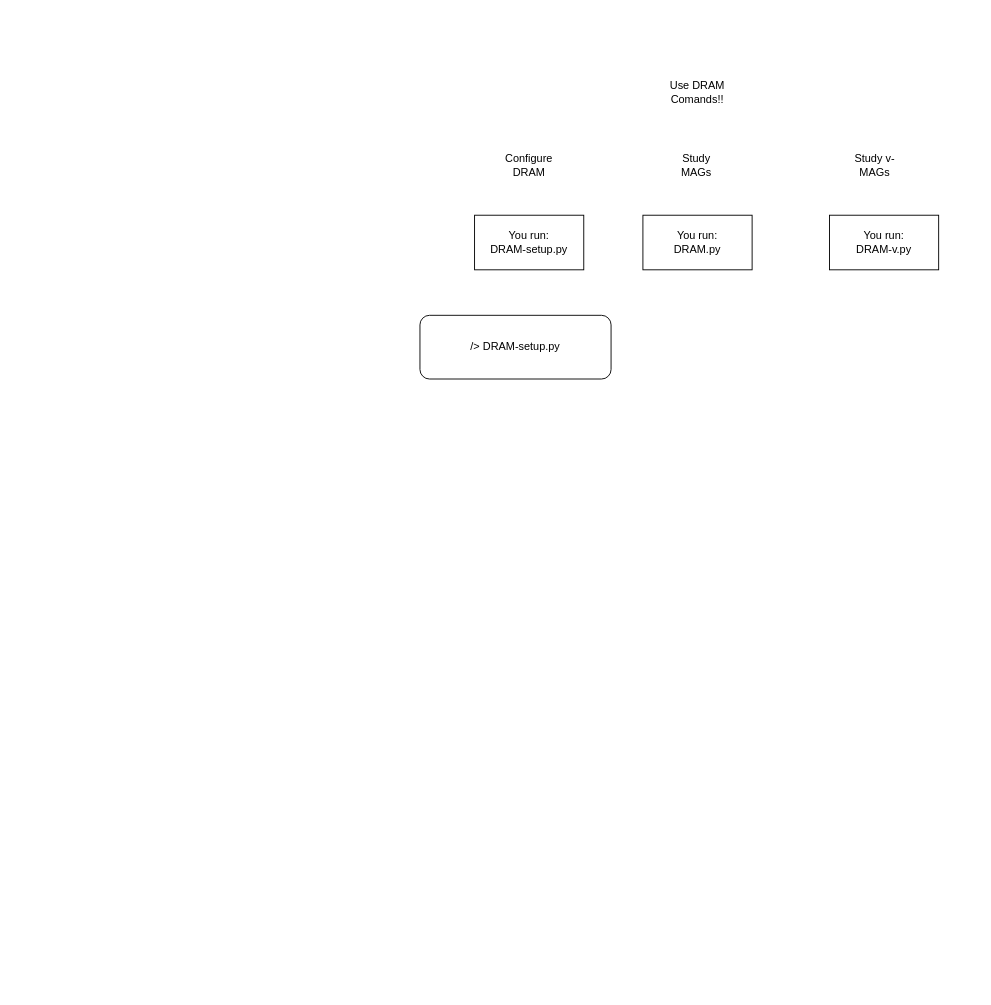
Before: images/Untitled Diagram.drawio in WrightonLabCSU/DRAM, a draw.io diagram. Source tidied: cells renumbered, new cells numbered last; positions are measured from the earlier drawing's top-left corner, leaving out a move shared by most shapes. Both pictures are drawn from the tidied source at 91%, with x=0, y=0 at pixel (420, 69).
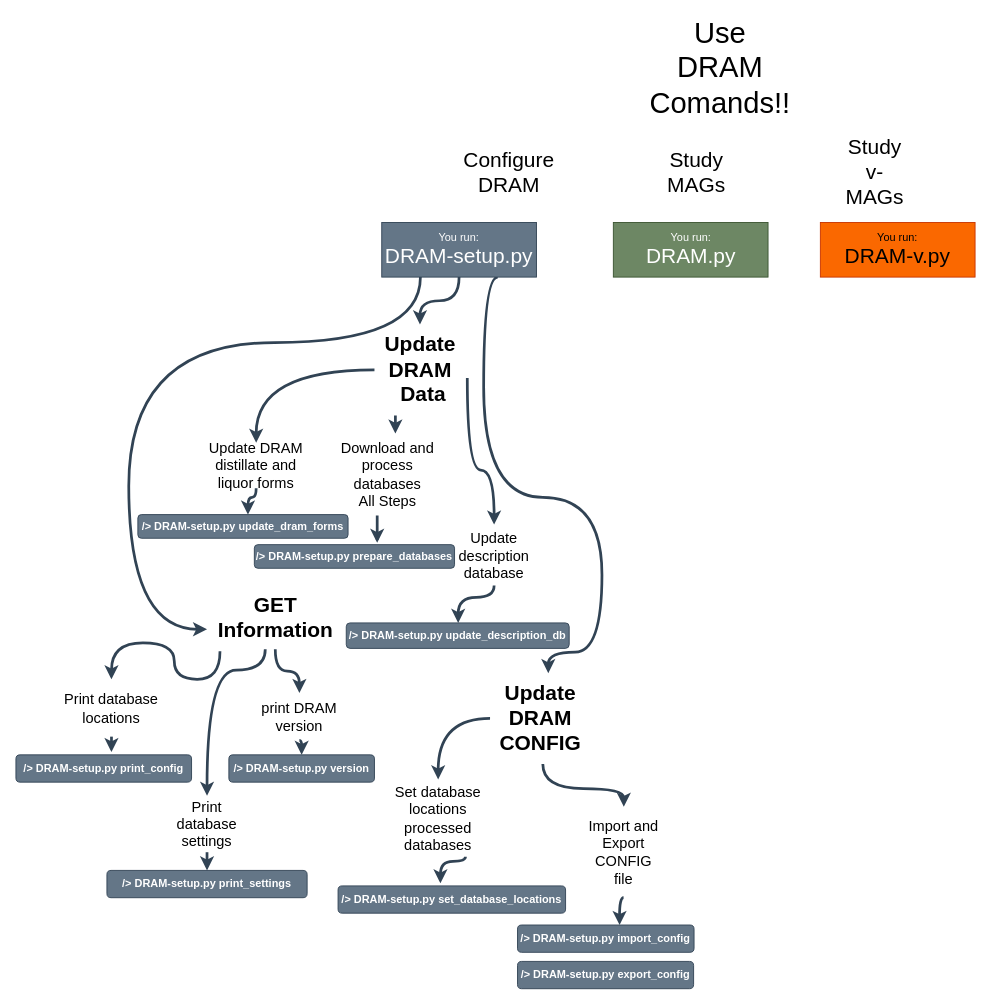
The same page after the edit.

The edit, as a diff of the source:
```diff
@@
     <mxCell id="2" value="&lt;div&gt;&lt;br&gt;&lt;/div&gt;" style="text;html=1;align=center;verticalAlign=middle;strokeColor=none;fillColor=none;" parent="1" vertex="1">
-      <mxGeometry x="250" y="115" width="20" height="30" as="geometry" />
+      <mxGeometry x="250" y="123" width="20" height="30" as="geometry" />
     </mxCell>
-    <mxCell id="3" value="&lt;div&gt;Use DRAM Comands!!&lt;/div&gt;" style="text;html=1;strokeColor=none;fillColor=none;align=center;verticalAlign=middle;whiteSpace=wrap;rounded=0;" parent="1" vertex="1">
-      <mxGeometry x="270" width="70" height="50" as="geometry" />
+    <mxCell id="3" value="&lt;div style=&quot;font-size: 32px;&quot;&gt;Use DRAM Comands!!&lt;/div&gt;" style="text;html=1;strokeColor=none;fillColor=none;align=center;verticalAlign=middle;whiteSpace=wrap;rounded=0;" parent="1" vertex="1">
+      <mxGeometry x="250" y="-52" width="160" height="100" as="geometry" />
     </mxCell>
-    <mxCell id="4" value="Configure DRAM" style="text;html=1;strokeColor=none;fillColor=none;align=center;verticalAlign=middle;whiteSpace=wrap;rounded=0;" parent="1" vertex="1">
-      <mxGeometry x="90" y="90" width="60" height="30" as="geometry" />
+    <mxCell id="4" value="&lt;font style=&quot;font-size: 23px;&quot;&gt;Configure DRAM&lt;/font&gt;" style="text;html=1;strokeColor=none;fillColor=none;align=center;verticalAlign=middle;whiteSpace=wrap;rounded=0;" parent="1" vertex="1">
+      <mxGeometry x="68" y="98" width="60" height="30" as="geometry" />
     </mxCell>
-    <mxCell id="5" value="Study MAGs" style="text;html=1;strokeColor=none;fillColor=none;align=center;verticalAlign=middle;whiteSpace=wrap;rounded=0;" parent="1" vertex="1">
-      <mxGeometry x="274" y="90" width="60" height="30" as="geometry" />
+    <mxCell id="5" value="&lt;font style=&quot;font-size: 23px;&quot;&gt;Study MAGs&lt;/font&gt;" style="text;html=1;strokeColor=none;fillColor=none;align=center;verticalAlign=middle;whiteSpace=wrap;rounded=0;" parent="1" vertex="1">
+      <mxGeometry x="274" y="98" width="60" height="30" as="geometry" />
     </mxCell>
-    <mxCell id="6" value="&lt;div&gt;Study v-MAGs&lt;/div&gt;" style="text;html=1;strokeColor=none;fillColor=none;align=center;verticalAlign=middle;whiteSpace=wrap;rounded=0;" parent="1" vertex="1">
-      <mxGeometry x="470" y="90" width="60" height="30" as="geometry" />
+    <mxCell id="6" value="&lt;div style=&quot;font-size: 23px;&quot;&gt;&lt;font style=&quot;font-size: 23px;&quot;&gt;Study v-MAGs&lt;/font&gt;&lt;/div&gt;" style="text;html=1;strokeColor=none;fillColor=none;align=center;verticalAlign=middle;whiteSpace=wrap;rounded=0;" parent="1" vertex="1">
+      <mxGeometry x="470" y="98" width="60" height="30" as="geometry" />
     </mxCell>
+    <mxCell id="11" style="edgeStyle=orthogonalEdgeStyle;curved=1;rounded=0;jettySize=auto;html=1;strokeWidth=3;fontSize=16;fillColor=#647687;strokeColor=#314354;" parent="1" edge="1" source="7" target="41">
+      <mxGeometry relative="1" as="geometry" />
+    </mxCell>
+    <mxCell id="12" style="edgeStyle=orthogonalEdgeStyle;curved=1;rounded=0;jettySize=auto;html=1;exitX=0.25;exitY=1;exitDx=0;exitDy=0;strokeWidth=3;fontSize=16;fillColor=#647687;strokeColor=#314354;" parent="1" edge="1" source="7" target="48">
+      <mxGeometry relative="1" as="geometry">
+        <Array as="points">
+          <mxPoint x="1" y="300" />
+          <mxPoint x="-320" y="300" />
+          <mxPoint x="-320" y="615" />
+        </Array>
+      </mxGeometry>
+    </mxCell>
+    <mxCell id="13" style="edgeStyle=orthogonalEdgeStyle;curved=1;rounded=0;jettySize=auto;html=1;exitX=0.75;exitY=1;exitDx=0;exitDy=0;strokeWidth=3;fontSize=16;entryX=0.582;entryY=0.002;entryDx=0;entryDy=0;entryPerimeter=0;fillColor=#647687;strokeColor=#314354;" parent="1" edge="1" source="7" target="44">
+      <mxGeometry relative="1" as="geometry">
+        <Array as="points">
+          <mxPoint x="70" y="228" />
+          <mxPoint x="70" y="470" />
+          <mxPoint x="200" y="470" />
+          <mxPoint x="200" y="640" />
+          <mxPoint x="141" y="640" />
+        </Array>
+      </mxGeometry>
+    </mxCell>
-    <mxCell id="7" value="&lt;div&gt;You run:&lt;/div&gt;&lt;div&gt;DRAM-setup.py&lt;br&gt;&lt;/div&gt;" style="rounded=0;whiteSpace=wrap;html=1;" parent="1" vertex="1">
-      <mxGeometry x="60" y="160" width="120" height="60" as="geometry" />
+    <mxCell id="7" value="&lt;div&gt;You run:&lt;/div&gt;&lt;div style=&quot;font-size: 23px;&quot;&gt;DRAM-setup.py&lt;br&gt;&lt;/div&gt;" style="rounded=0;whiteSpace=wrap;html=1;fillColor=#647687;fontColor=#ffffff;strokeColor=#314354;" parent="1" vertex="1">
+      <mxGeometry x="-42" y="168" width="170" height="60" as="geometry" />
     </mxCell>
-    <mxCell id="8" value="&lt;div&gt;You run:&lt;/div&gt;&lt;div&gt;DRAM.py&lt;br&gt;&lt;/div&gt;" style="rounded=0;whiteSpace=wrap;html=1;" parent="1" vertex="1">
-      <mxGeometry x="245" y="160" width="120" height="60" as="geometry" />
+    <mxCell id="8" value="&lt;div&gt;You run:&lt;/div&gt;&lt;div style=&quot;font-size: 23px;&quot;&gt;DRAM.py&lt;br&gt;&lt;/div&gt;" style="rounded=0;whiteSpace=wrap;html=1;fillColor=#6d8764;fontColor=#ffffff;strokeColor=#3A5431;" parent="1" vertex="1">
+      <mxGeometry x="212.5" y="168" width="170" height="60" as="geometry" />
     </mxCell>
-    <mxCell id="9" value="&lt;div&gt;You run:&lt;/div&gt;&lt;div&gt;DRAM-v.py&lt;br&gt;&lt;/div&gt;" style="rounded=0;whiteSpace=wrap;html=1;" parent="1" vertex="1">
-      <mxGeometry x="450" y="160" width="120" height="60" as="geometry" />
+    <mxCell id="9" value="&lt;div&gt;You run:&lt;/div&gt;&lt;div style=&quot;font-size: 23px;&quot;&gt;DRAM-v.py&lt;br&gt;&lt;/div&gt;" style="rounded=0;whiteSpace=wrap;html=1;fillColor=#fa6800;fontColor=#000000;strokeColor=#C73500;" parent="1" vertex="1">
+      <mxGeometry x="440" y="168" width="170" height="60" as="geometry" />
     </mxCell>
-    <mxCell id="10" value="/&amp;gt; DRAM-setup.py" style="rounded=1;whiteSpace=wrap;html=1;" parent="1" vertex="1">
-      <mxGeometry y="270" width="210" height="70" as="geometry" />
-    </mxCell>
+    <mxCell id="14" value="&lt;div&gt;&lt;b&gt;/&amp;gt; DRAM-setup.py version&lt;/b&gt;&lt;/div&gt;" style="rounded=1;whiteSpace=wrap;html=1;fillColor=#647687;fontColor=#ffffff;strokeColor=#314354;" parent="1" vertex="1">
+      <mxGeometry x="-210" y="753" width="160" height="30" as="geometry" />
+    </mxCell>
+    <mxCell id="15" value="&lt;b&gt;/&amp;gt; DRAM-setup.py prepare_databases&lt;/b&gt;" style="rounded=1;whiteSpace=wrap;html=1;fillColor=#647687;fontColor=#ffffff;strokeColor=#314354;" parent="1" vertex="1">
+      <mxGeometry x="-182" y="522" width="220" height="26" as="geometry" />
+    </mxCell>
+    <mxCell id="16" value="&lt;b&gt;/&amp;gt; DRAM-setup.py print_settings&lt;/b&gt;" style="rounded=1;whiteSpace=wrap;html=1;fillColor=#647687;fontColor=#ffffff;strokeColor=#314354;" parent="1" vertex="1">
+      <mxGeometry x="-344" y="880" width="220" height="30" as="geometry" />
+    </mxCell>
+    <mxCell id="17" value="&lt;b&gt;/&amp;gt; DRAM-setup.py print_config&lt;/b&gt;" style="rounded=1;whiteSpace=wrap;html=1;fillColor=#647687;fontColor=#ffffff;strokeColor=#314354;" parent="1" vertex="1">
+      <mxGeometry x="-444" y="753" width="193" height="30" as="geometry" />
+    </mxCell>
+    <mxCell id="18" value="&lt;b&gt;/&amp;gt; DRAM-setup.py update_dram_forms&lt;/b&gt;" style="rounded=1;whiteSpace=wrap;html=1;fillColor=#647687;fontColor=#ffffff;strokeColor=#314354;" parent="1" vertex="1">
+      <mxGeometry x="-310" y="489" width="231" height="26" as="geometry" />
+    </mxCell>
+    <mxCell id="19" value="&lt;b&gt;/&amp;gt; DRAM-setup.py set_database_locations&lt;/b&gt;" style="rounded=1;whiteSpace=wrap;html=1;fillColor=#647687;fontColor=#ffffff;strokeColor=#314354;" parent="1" vertex="1">
+      <mxGeometry x="-90" y="897" width="250" height="30" as="geometry" />
+    </mxCell>
+    <mxCell id="20" value="&lt;b&gt;/&amp;gt; DRAM-setup.py export_config&lt;/b&gt;" style="rounded=1;whiteSpace=wrap;html=1;fillColor=#647687;fontColor=#ffffff;strokeColor=#314354;" parent="1" vertex="1">
+      <mxGeometry x="107.2" y="980" width="193.5" height="30" as="geometry" />
+    </mxCell>
+    <mxCell id="21" value="&lt;b&gt;/&amp;gt; DRAM-setup.py import_config&lt;/b&gt;" style="rounded=1;whiteSpace=wrap;html=1;fillColor=#647687;fontColor=#ffffff;strokeColor=#314354;" parent="1" vertex="1">
+      <mxGeometry x="107.2" y="940" width="194" height="30" as="geometry" />
+    </mxCell>
+    <mxCell id="22" style="edgeStyle=orthogonalEdgeStyle;curved=1;rounded=0;jettySize=auto;html=1;entryX=0.45;entryY=-0.093;entryDx=0;entryDy=0;entryPerimeter=0;strokeWidth=3;fontSize=16;fillColor=#647687;strokeColor=#314354;" parent="1" edge="1" source="23" target="19">
+      <mxGeometry relative="1" as="geometry">
+        <Array as="points">
+          <mxPoint x="50" y="870" />
+          <mxPoint x="23" y="870" />
+        </Array>
+      </mxGeometry>
+    </mxCell>
+    <mxCell id="23" value="&lt;div style=&quot;font-size: 16px;&quot;&gt;Set database locations processed databases&lt;/div&gt;" style="text;html=1;strokeColor=none;fillColor=none;align=center;verticalAlign=middle;whiteSpace=wrap;rounded=0;" parent="1" vertex="1">
+      <mxGeometry x="-40" y="780" width="120" height="85" as="geometry" />
+    </mxCell>
+    <mxCell id="24" style="edgeStyle=orthogonalEdgeStyle;rounded=0;jettySize=auto;html=1;strokeWidth=3;fontSize=16;fillColor=#647687;strokeColor=#314354;" parent="1" edge="1" source="25">
+      <mxGeometry relative="1" as="geometry">
+        <mxPoint x="-47" y="520" as="targetPoint" />
+        <Array as="points">
+          <mxPoint x="-47" y="517" />
+        </Array>
+      </mxGeometry>
+    </mxCell>
+    <mxCell id="25" value="&lt;div style=&quot;font-size: 16px;&quot;&gt;&lt;font style=&quot;font-size: 16px;&quot;&gt;Download and process databases&lt;/font&gt;&lt;/div&gt;&lt;div style=&quot;font-size: 16px;&quot;&gt;&lt;font style=&quot;font-size: 16px;&quot;&gt;All Steps&lt;br&gt;&lt;/font&gt;&lt;/div&gt;" style="text;html=1;strokeColor=none;fillColor=none;align=center;verticalAlign=middle;whiteSpace=wrap;rounded=0;" parent="1" vertex="1">
+      <mxGeometry x="-90" y="400" width="109" height="90" as="geometry" />
+    </mxCell>
+    <mxCell id="26" style="edgeStyle=orthogonalEdgeStyle;curved=1;rounded=0;jettySize=auto;html=1;exitX=0.5;exitY=1;exitDx=0;exitDy=0;entryX=0.5;entryY=0;entryDx=0;entryDy=0;strokeWidth=3;fontSize=16;fillColor=#647687;strokeColor=#314354;" parent="1" edge="1" source="27" target="14">
+      <mxGeometry relative="1" as="geometry" />
+    </mxCell>
+    <mxCell id="27" value="&lt;font style=&quot;font-size: 16px;&quot;&gt;print DRAM version&lt;/font&gt;" style="text;html=1;strokeColor=none;fillColor=none;align=center;verticalAlign=middle;whiteSpace=wrap;rounded=0;" parent="1" vertex="1">
+      <mxGeometry x="-181" y="685" width="97" height="52" as="geometry" />
+    </mxCell>
+    <mxCell id="28" style="edgeStyle=orthogonalEdgeStyle;curved=1;rounded=0;jettySize=auto;html=1;exitX=0.5;exitY=1;exitDx=0;exitDy=0;entryX=0.578;entryY=0;entryDx=0;entryDy=0;entryPerimeter=0;strokeWidth=3;fontSize=16;fillColor=#647687;strokeColor=#314354;" parent="1" edge="1" source="29" target="21">
+      <mxGeometry relative="1" as="geometry" />
+    </mxCell>
+    <mxCell id="29" value="&lt;div style=&quot;font-size: 16px;&quot;&gt;Import and Export CONFIG file&lt;/div&gt;" style="text;html=1;strokeColor=none;fillColor=none;align=center;verticalAlign=middle;whiteSpace=wrap;rounded=0;" parent="1" vertex="1">
+      <mxGeometry x="180" y="810" width="87.5" height="100" as="geometry" />
+    </mxCell>
+    <mxCell id="30" style="edgeStyle=orthogonalEdgeStyle;curved=1;rounded=0;jettySize=auto;html=1;exitX=0.5;exitY=1;exitDx=0;exitDy=0;entryX=0.5;entryY=0;entryDx=0;entryDy=0;strokeWidth=3;fontSize=16;fillColor=#647687;strokeColor=#314354;" parent="1" edge="1" source="31" target="16">
+      <mxGeometry relative="1" as="geometry" />
+    </mxCell>
+    <mxCell id="31" value="&lt;div style=&quot;font-size: 16px;&quot;&gt;Print database settings&lt;/div&gt;" style="text;html=1;strokeColor=none;fillColor=none;align=center;verticalAlign=middle;whiteSpace=wrap;rounded=0;" parent="1" vertex="1">
+      <mxGeometry x="-274" y="798" width="80" height="62" as="geometry" />
+    </mxCell>
+    <mxCell id="32" style="edgeStyle=orthogonalEdgeStyle;curved=1;rounded=0;jettySize=auto;html=1;exitX=0.5;exitY=1;exitDx=0;exitDy=0;strokeWidth=3;fontSize=16;fillColor=#647687;strokeColor=#314354;" parent="1" edge="1" source="33">
+      <mxGeometry relative="1" as="geometry">
+        <mxPoint x="-339" y="750" as="targetPoint" />
+      </mxGeometry>
+    </mxCell>
+    <mxCell id="33" value="&lt;div style=&quot;font-size: 16px;&quot;&gt;Print database locations&lt;/div&gt;" style="text;html=1;strokeColor=none;fillColor=none;align=center;verticalAlign=middle;whiteSpace=wrap;rounded=0;" parent="1" vertex="1">
+      <mxGeometry x="-394" y="670" width="110" height="63" as="geometry" />
+    </mxCell>
+    <mxCell id="34" style="edgeStyle=orthogonalEdgeStyle;curved=1;rounded=0;jettySize=auto;html=1;strokeWidth=3;fontSize=16;fillColor=#647687;strokeColor=#314354;" parent="1" edge="1" source="35" target="18">
+      <mxGeometry relative="1" as="geometry">
+        <Array as="points">
+          <mxPoint x="-180" y="470" />
+          <mxPoint x="-189" y="470" />
+        </Array>
+      </mxGeometry>
+    </mxCell>
+    <mxCell id="35" value="&lt;div style=&quot;font-size: 16px;&quot;&gt;Update DRAM distillate and liquor forms&lt;/div&gt;" style="text;html=1;strokeColor=none;fillColor=none;align=center;verticalAlign=middle;whiteSpace=wrap;rounded=0;" parent="1" vertex="1">
+      <mxGeometry x="-240" y="410" width="120" height="50" as="geometry" />
+    </mxCell>
+    <mxCell id="36" style="edgeStyle=orthogonalEdgeStyle;rounded=0;jettySize=auto;html=1;exitX=0.5;exitY=1;exitDx=0;exitDy=0;strokeWidth=3;fontSize=16;curved=1;fillColor=#647687;strokeColor=#314354;" parent="1" edge="1" source="37" target="49">
+      <mxGeometry relative="1" as="geometry">
+        <Array as="points">
+          <mxPoint x="82" y="580" />
+          <mxPoint x="42" y="580" />
+        </Array>
+      </mxGeometry>
+    </mxCell>
+    <mxCell id="37" value="&lt;font style=&quot;font-size: 16px;&quot;&gt;Update description database&lt;/font&gt;" style="text;html=1;strokeColor=none;fillColor=none;align=center;verticalAlign=middle;whiteSpace=wrap;rounded=0;" parent="1" vertex="1">
+      <mxGeometry x="34" y="500" width="95" height="67" as="geometry" />
+    </mxCell>
+    <mxCell id="38" style="edgeStyle=orthogonalEdgeStyle;rounded=0;jettySize=auto;html=1;strokeWidth=3;fontSize=16;exitX=1.02;exitY=0.59;exitDx=0;exitDy=0;exitPerimeter=0;curved=1;fillColor=#647687;strokeColor=#314354;" parent="1" edge="1" source="41" target="37">
+      <mxGeometry relative="1" as="geometry" />
+    </mxCell>
+    <mxCell id="39" style="edgeStyle=orthogonalEdgeStyle;rounded=0;jettySize=auto;html=1;strokeWidth=3;fontSize=16;entryX=0.5;entryY=0;entryDx=0;entryDy=0;curved=1;fillColor=#647687;strokeColor=#314354;" parent="1" edge="1" source="41" target="35">
+      <mxGeometry relative="1" as="geometry" />
+    </mxCell>
+    <mxCell id="40" style="edgeStyle=orthogonalEdgeStyle;rounded=0;jettySize=auto;html=1;strokeWidth=3;fontSize=16;fillColor=#647687;strokeColor=#314354;" parent="1" edge="1" source="41" target="25">
+      <mxGeometry relative="1" as="geometry">
+        <Array as="points">
+          <mxPoint x="-27" y="390" />
+          <mxPoint x="-27" y="390" />
+        </Array>
+      </mxGeometry>
+    </mxCell>
+    <mxCell id="41" value="&lt;div style=&quot;font-size: 23px;&quot;&gt;&lt;b&gt;&lt;font style=&quot;font-size: 23px;&quot;&gt;Update&lt;/font&gt;&lt;/b&gt;&lt;/div&gt;&lt;div style=&quot;font-size: 23px;&quot;&gt;&lt;b&gt;&lt;font style=&quot;font-size: 23px;&quot;&gt;DRAM&lt;/font&gt;&lt;/b&gt;&lt;/div&gt;&lt;div style=&quot;font-size: 23px;&quot;&gt;&lt;b&gt;&lt;font style=&quot;font-size: 23px;&quot;&gt;&amp;nbsp;Data&lt;/font&gt;&lt;/b&gt;&lt;/div&gt;" style="text;html=1;align=center;verticalAlign=middle;points=[];strokeColor=none;fillColor=none;" parent="1" vertex="1">
+      <mxGeometry x="-50" y="280" width="100" height="100" as="geometry" />
+    </mxCell>
+    <mxCell id="42" style="edgeStyle=orthogonalEdgeStyle;curved=1;rounded=0;jettySize=auto;html=1;strokeWidth=3;fontSize=16;exitX=0;exitY=0.5;exitDx=0;exitDy=0;exitPerimeter=0;fillColor=#647687;strokeColor=#314354;" parent="1" edge="1" source="44" target="23">
+      <mxGeometry relative="1" as="geometry" />
+    </mxCell>
+    <mxCell id="43" style="edgeStyle=orthogonalEdgeStyle;curved=1;rounded=0;jettySize=auto;html=1;strokeWidth=3;fontSize=16;fillColor=#647687;strokeColor=#314354;" parent="1" edge="1" source="44" target="29">
+      <mxGeometry relative="1" as="geometry">
+        <Array as="points">
+          <mxPoint x="135" y="790" />
+          <mxPoint x="224" y="790" />
+        </Array>
+      </mxGeometry>
+    </mxCell>
+    <mxCell id="44" value="&lt;div style=&quot;font-size: 23px;&quot;&gt;&lt;b&gt;&lt;font style=&quot;font-size: 23px;&quot;&gt;Update&lt;/font&gt;&lt;/b&gt;&lt;/div&gt;&lt;div style=&quot;font-size: 23px;&quot;&gt;&lt;b&gt;&lt;font style=&quot;font-size: 23px;&quot;&gt;DRAM&lt;/font&gt;&lt;/b&gt;&lt;/div&gt;&lt;div style=&quot;font-size: 23px;&quot;&gt;&lt;b&gt;&lt;font style=&quot;font-size: 23px;&quot;&gt;CONFIG&lt;/font&gt;&lt;/b&gt;&lt;/div&gt;" style="text;html=1;align=center;verticalAlign=middle;points=[];strokeColor=none;fillColor=none;" parent="1" vertex="1">
+      <mxGeometry x="77" y="663" width="110" height="100" as="geometry" />
+    </mxCell>
+    <mxCell id="45" style="edgeStyle=orthogonalEdgeStyle;curved=1;rounded=0;jettySize=auto;html=1;strokeWidth=3;fontSize=16;entryX=0.5;entryY=0;entryDx=0;entryDy=0;fillColor=#647687;strokeColor=#314354;" parent="1" edge="1" source="48" target="31">
+      <mxGeometry relative="1" as="geometry">
+        <Array as="points">
+          <mxPoint x="-170" y="660" />
+          <mxPoint x="-234" y="660" />
+        </Array>
+      </mxGeometry>
+    </mxCell>
+    <mxCell id="46" style="edgeStyle=orthogonalEdgeStyle;curved=1;rounded=0;jettySize=auto;html=1;strokeWidth=3;fontSize=16;entryX=0.5;entryY=0;entryDx=0;entryDy=0;exitX=0.095;exitY=1.031;exitDx=0;exitDy=0;exitPerimeter=0;fillColor=#647687;strokeColor=#314354;" parent="1" edge="1" source="48" target="33">
+      <mxGeometry relative="1" as="geometry">
+        <Array as="points">
+          <mxPoint x="-220" y="670" />
+          <mxPoint x="-270" y="670" />
+          <mxPoint x="-270" y="630" />
+          <mxPoint x="-339" y="630" />
+        </Array>
+      </mxGeometry>
+    </mxCell>
+    <mxCell id="47" style="edgeStyle=orthogonalEdgeStyle;curved=1;rounded=0;jettySize=auto;html=1;strokeWidth=3;fontSize=16;fillColor=#647687;strokeColor=#314354;" parent="1" edge="1" source="48" target="27">
+      <mxGeometry relative="1" as="geometry" />
+    </mxCell>
+    <mxCell id="48" value="&lt;div style=&quot;font-size: 23px;&quot;&gt;&lt;b&gt;&lt;font style=&quot;font-size: 23px;&quot;&gt;GET &lt;br&gt;&lt;/font&gt;&lt;/b&gt;&lt;/div&gt;&lt;div style=&quot;font-size: 23px;&quot;&gt;&lt;b&gt;&lt;font style=&quot;font-size: 23px;&quot;&gt;Information&lt;/font&gt;&lt;/b&gt;&lt;/div&gt;" style="text;html=1;align=center;verticalAlign=middle;points=[];strokeColor=none;fillColor=none;" parent="1" vertex="1">
+      <mxGeometry x="-234" y="567" width="150" height="70" as="geometry" />
+    </mxCell>
+    <mxCell id="49" value="&lt;b&gt;/&amp;gt; DRAM-setup.py update_description_db&lt;/b&gt;" style="rounded=1;whiteSpace=wrap;html=1;fillColor=#647687;fontColor=#ffffff;strokeColor=#314354;" parent="1" vertex="1">
+      <mxGeometry x="-81" y="608" width="245" height="28" as="geometry" />
+    </mxCell>
```
